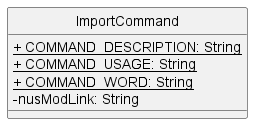
nus-cs2113-AY2223S1/tp keeps this PlantUML diagram as docs/images/importCommandClass.png. Above is the earlier version. Its diagram source:
```plantuml
@startuml
hide circle
skinparam classAttributeIconSize 0

class ImportCommand {
    <u>+ COMMAND_DESCRIPTION: String
    <u>+ COMMAND_USAGE: String
    <u>+ COMMAND_WORD: String
    - nusModLink: String
}

@enduml
```
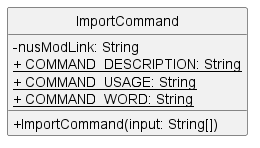
Later version of the same file.

The edit, as a diff of the source:
```diff
@@ -3,10 +3,12 @@
 skinparam classAttributeIconSize 0
 
 class ImportCommand {
+    - nusModLink: String
     <u>+ COMMAND_DESCRIPTION: String
     <u>+ COMMAND_USAGE: String
     <u>+ COMMAND_WORD: String
-    - nusModLink: String
+
+    +ImportCommand(input: String[])
 }
 
 @enduml
```
